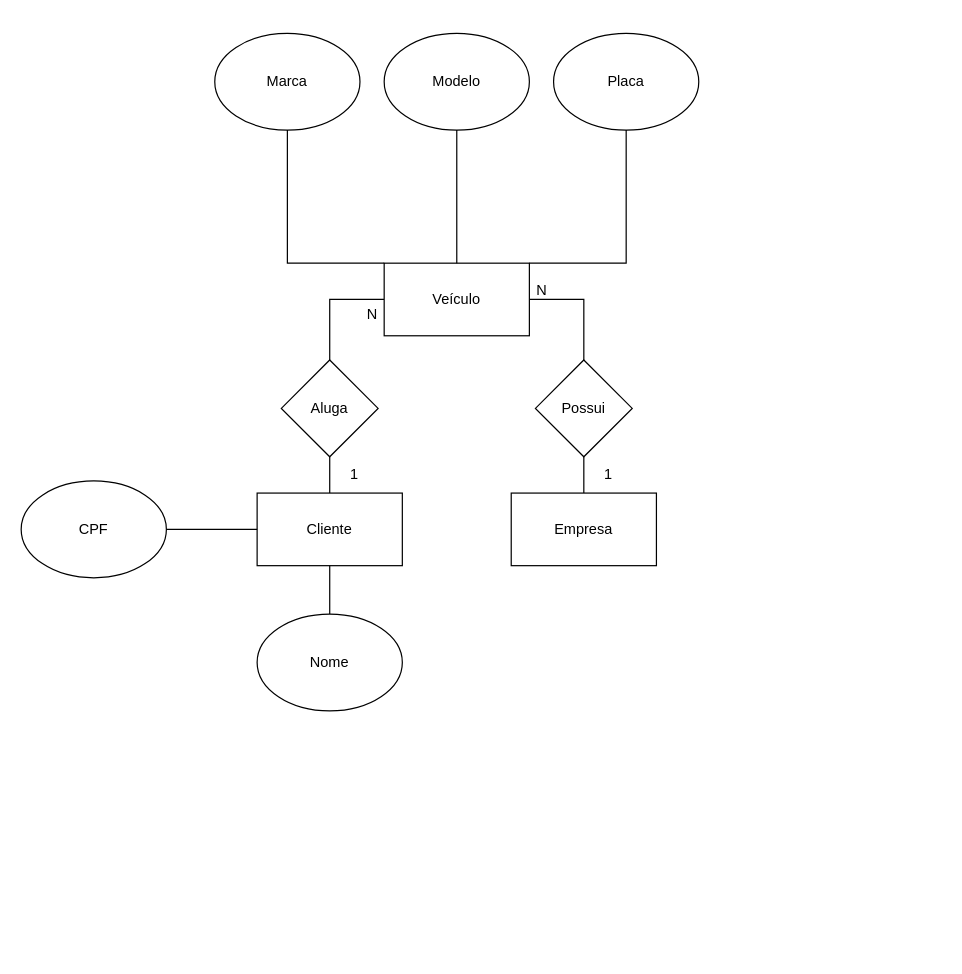
This is BancoDeDados/Aula3-24-07-Atividade-ModeloEntidadeRelacionamento/1.2-exercicio-locadora/Atividade-02.drawio from AllanR1991/Senai-2SM, a draw.io file, before an edit. Source tidied: cells renumbered, new cells numbered last; positions are measured from the earlier drawing's top-left corner, leaving out a move shared by most shapes. Both pictures are drawn from the tidied source at 121%, with x=0, y=0 at pixel (21, 33).
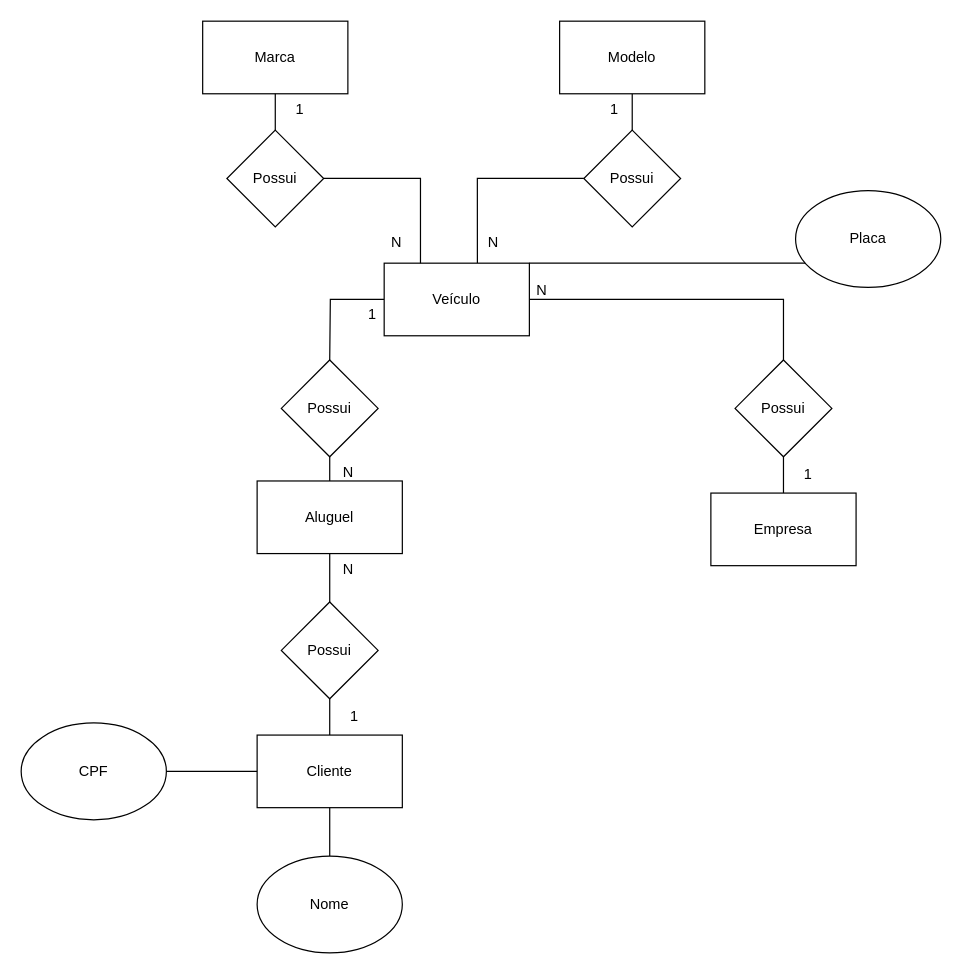
The same diagram, later.

The change refers to these unchanged cells:
```xml
<mxCell id="5" value="Veículo" style="rounded=0;whiteSpace=wrap;html=1;" parent="1" vertex="1">
  <mxGeometry x="300" y="190" width="120" height="60" as="geometry" />
</mxCell>
```

What changed in the source:
```diff
@@
     <mxCell id="2" value="Empresa" style="rounded=0;whiteSpace=wrap;html=1;" parent="1" vertex="1">
-      <mxGeometry x="405" y="380" width="120" height="60" as="geometry" />
+      <mxGeometry x="570" y="380" width="120" height="60" as="geometry" />
     </mxCell>
@@
-    <mxCell id="4" style="edgeStyle=orthogonalEdgeStyle;rounded=0;jettySize=auto;html=1;entryX=0.5;entryY=0;entryDx=0;entryDy=0;endArrow=none;endFill=0;" parent="1" edge="1" source="5" target="18">
-      <mxGeometry relative="1" as="geometry" />
+    <mxCell id="4" style="edgeStyle=orthogonalEdgeStyle;rounded=0;jettySize=auto;html=1;entryX=0.5;entryY=0;entryDx=0;entryDy=0;endArrow=none;endFill=0;" parent="1" edge="1" source="5">
+      <mxGeometry relative="1" as="geometry">
+        <mxPoint x="255" y="270" as="targetPoint" />
+      </mxGeometry>
     </mxCell>
@@
-    <mxCell id="6" style="edgeStyle=orthogonalEdgeStyle;rounded=0;jettySize=auto;html=1;entryX=0;entryY=0;entryDx=0;entryDy=0;endArrow=none;endFill=0;" parent="1" edge="1" source="7" target="5">
-      <mxGeometry relative="1" as="geometry">
-        <Array as="points">
-          <mxPoint x="220" y="190" />
-        </Array>
-      </mxGeometry>
-    </mxCell>
-    <mxCell id="7" value="Marca" style="ellipse;whiteSpace=wrap;html=1;" parent="1" vertex="1">
-      <mxGeometry x="160" width="120" height="80" as="geometry" />
-    </mxCell>
-    <mxCell id="8" style="edgeStyle=orthogonalEdgeStyle;rounded=0;jettySize=auto;html=1;entryX=0.5;entryY=0;entryDx=0;entryDy=0;endArrow=none;endFill=0;" parent="1" edge="1" source="9" target="5">
-      <mxGeometry relative="1" as="geometry" />
-    </mxCell>
-    <mxCell id="9" value="Modelo" style="ellipse;whiteSpace=wrap;html=1;" parent="1" vertex="1">
-      <mxGeometry x="300" width="120" height="80" as="geometry" />
-    </mxCell>
@@
     <mxCell id="11" value="Placa" style="ellipse;whiteSpace=wrap;html=1;" parent="1" vertex="1">
-      <mxGeometry x="440" width="120" height="80" as="geometry" />
+      <mxGeometry x="640" y="130" width="120" height="80" as="geometry" />
     </mxCell>
     <mxCell id="12" value="Cliente" style="rounded=0;whiteSpace=wrap;html=1;" parent="1" vertex="1">
-      <mxGeometry x="195" y="380" width="120" height="60" as="geometry" />
+      <mxGeometry x="195" y="580" width="120" height="60" as="geometry" />
     </mxCell>
@@
     <mxCell id="14" value="CPF" style="ellipse;whiteSpace=wrap;html=1;" parent="1" vertex="1">
-      <mxGeometry y="370" width="120" height="80" as="geometry" />
+      <mxGeometry y="570" width="120" height="80" as="geometry" />
     </mxCell>
@@
     <mxCell id="16" value="Nome" style="ellipse;whiteSpace=wrap;html=1;" parent="1" vertex="1">
-      <mxGeometry x="195" y="480" width="120" height="80" as="geometry" />
+      <mxGeometry x="195" y="680" width="120" height="80" as="geometry" />
     </mxCell>
-    <mxCell id="17" style="edgeStyle=orthogonalEdgeStyle;rounded=0;jettySize=auto;html=1;entryX=0.5;entryY=0;entryDx=0;entryDy=0;endArrow=none;endFill=0;" parent="1" edge="1" source="18" target="12">
+    <mxCell id="17" style="edgeStyle=orthogonalEdgeStyle;rounded=0;jettySize=auto;html=1;entryX=0.5;entryY=0;entryDx=0;entryDy=0;endArrow=none;endFill=0;exitX=0.5;exitY=1;exitDx=0;exitDy=0;" parent="1" edge="1" source="35" target="12">
       <mxGeometry relative="1" as="geometry" />
     </mxCell>
-    <mxCell id="18" value="Aluga" style="rhombus;whiteSpace=wrap;html=1;" parent="1" vertex="1">
-      <mxGeometry x="215" y="270" width="80" height="80" as="geometry" />
-    </mxCell>
@@
     <mxCell id="20" value="Possui" style="rhombus;whiteSpace=wrap;html=1;" parent="1" vertex="1">
-      <mxGeometry x="425" y="270" width="80" height="80" as="geometry" />
+      <mxGeometry x="590" y="270" width="80" height="80" as="geometry" />
     </mxCell>
     <mxCell id="21" value="1" style="text;html=1;align=center;verticalAlign=middle;strokeColor=none;fillColor=none;" parent="1" vertex="1">
-      <mxGeometry x="470" y="350" width="30" height="30" as="geometry" />
+      <mxGeometry x="635" y="350" width="30" height="30" as="geometry" />
     </mxCell>
@@
-    <mxCell id="23" value="N" style="text;html=1;align=center;verticalAlign=middle;strokeColor=none;fillColor=none;" parent="1" vertex="1">
+    <mxCell id="23" value="1" style="text;html=1;align=center;verticalAlign=middle;strokeColor=none;fillColor=none;" parent="1" vertex="1">
       <mxGeometry x="275" y="218" width="30" height="30" as="geometry" />
     </mxCell>
     <mxCell id="24" value="1" style="text;html=1;align=center;verticalAlign=middle;strokeColor=none;fillColor=none;" parent="1" vertex="1">
-      <mxGeometry x="260" y="350" width="30" height="30" as="geometry" />
+      <mxGeometry x="260" y="550" width="30" height="30" as="geometry" />
     </mxCell>
+    <mxCell id="7" value="Marca" style="rounded=0;whiteSpace=wrap;html=1;" parent="1" vertex="1">
+      <mxGeometry x="150" y="-10" width="120" height="60" as="geometry" />
+    </mxCell>
+    <mxCell id="25" style="edgeStyle=orthogonalEdgeStyle;rounded=0;jettySize=auto;html=1;endArrow=none;endFill=0;" parent="1" edge="1" source="9" target="32">
+      <mxGeometry relative="1" as="geometry" />
+    </mxCell>
+    <mxCell id="9" value="Modelo" style="rounded=0;whiteSpace=wrap;html=1;" parent="1" vertex="1">
+      <mxGeometry x="445" y="-10" width="120" height="60" as="geometry" />
+    </mxCell>
+    <mxCell id="26" style="edgeStyle=orthogonalEdgeStyle;rounded=0;jettySize=auto;html=1;endArrow=none;endFill=0;" parent="1" edge="1" source="27" target="33">
+      <mxGeometry relative="1" as="geometry" />
+    </mxCell>
+    <mxCell id="27" value="Aluguel" style="rounded=0;whiteSpace=wrap;html=1;" parent="1" vertex="1">
+      <mxGeometry x="195" y="370" width="120" height="60" as="geometry" />
+    </mxCell>
+    <mxCell id="28" style="edgeStyle=orthogonalEdgeStyle;rounded=0;jettySize=auto;html=1;endArrow=none;endFill=0;" parent="1" edge="1" source="30" target="7">
+      <mxGeometry relative="1" as="geometry" />
+    </mxCell>
+    <mxCell id="29" style="edgeStyle=orthogonalEdgeStyle;rounded=0;jettySize=auto;html=1;entryX=0.25;entryY=0;entryDx=0;entryDy=0;endArrow=none;endFill=0;" parent="1" edge="1" source="30" target="5">
+      <mxGeometry relative="1" as="geometry" />
+    </mxCell>
+    <mxCell id="30" value="Possui" style="rhombus;whiteSpace=wrap;html=1;" parent="1" vertex="1">
+      <mxGeometry x="170" y="80" width="80" height="80" as="geometry" />
+    </mxCell>
+    <mxCell id="31" style="edgeStyle=orthogonalEdgeStyle;rounded=0;jettySize=auto;html=1;entryX=0.642;entryY=-0.003;entryDx=0;entryDy=0;entryPerimeter=0;endArrow=none;endFill=0;" parent="1" edge="1" source="32" target="5">
+      <mxGeometry relative="1" as="geometry" />
+    </mxCell>
+    <mxCell id="32" value="Possui" style="rhombus;whiteSpace=wrap;html=1;" parent="1" vertex="1">
+      <mxGeometry x="465" y="80" width="80" height="80" as="geometry" />
+    </mxCell>
+    <mxCell id="33" value="Possui" style="rhombus;whiteSpace=wrap;html=1;" parent="1" vertex="1">
+      <mxGeometry x="215" y="270" width="80" height="80" as="geometry" />
+    </mxCell>
+    <mxCell id="34" style="edgeStyle=orthogonalEdgeStyle;rounded=0;jettySize=auto;html=1;endArrow=none;endFill=0;" parent="1" edge="1" source="35" target="27">
+      <mxGeometry relative="1" as="geometry" />
+    </mxCell>
+    <mxCell id="35" value="Possui" style="rhombus;whiteSpace=wrap;html=1;" parent="1" vertex="1">
+      <mxGeometry x="215" y="470" width="80" height="80" as="geometry" />
+    </mxCell>
+    <mxCell id="36" value="N" style="text;html=1;align=center;verticalAlign=middle;strokeColor=none;fillColor=none;" parent="1" vertex="1">
+      <mxGeometry x="295" y="158" width="30" height="30" as="geometry" />
+    </mxCell>
+    <mxCell id="37" value="1" style="text;html=1;align=center;verticalAlign=middle;strokeColor=none;fillColor=none;" parent="1" vertex="1">
+      <mxGeometry x="215" y="48" width="30" height="30" as="geometry" />
+    </mxCell>
+    <mxCell id="38" value="N" style="text;html=1;align=center;verticalAlign=middle;strokeColor=none;fillColor=none;" parent="1" vertex="1">
+      <mxGeometry x="255" y="348" width="30" height="30" as="geometry" />
+    </mxCell>
+    <mxCell id="39" value="N" style="text;html=1;align=center;verticalAlign=middle;strokeColor=none;fillColor=none;" parent="1" vertex="1">
+      <mxGeometry x="255" y="428" width="30" height="30" as="geometry" />
+    </mxCell>
+    <mxCell id="40" value="1" style="text;html=1;align=center;verticalAlign=middle;strokeColor=none;fillColor=none;" parent="1" vertex="1">
+      <mxGeometry x="475" y="48" width="30" height="30" as="geometry" />
+    </mxCell>
+    <mxCell id="41" value="N" style="text;html=1;align=center;verticalAlign=middle;strokeColor=none;fillColor=none;" parent="1" vertex="1">
+      <mxGeometry x="375" y="158" width="30" height="30" as="geometry" />
+    </mxCell>
```
